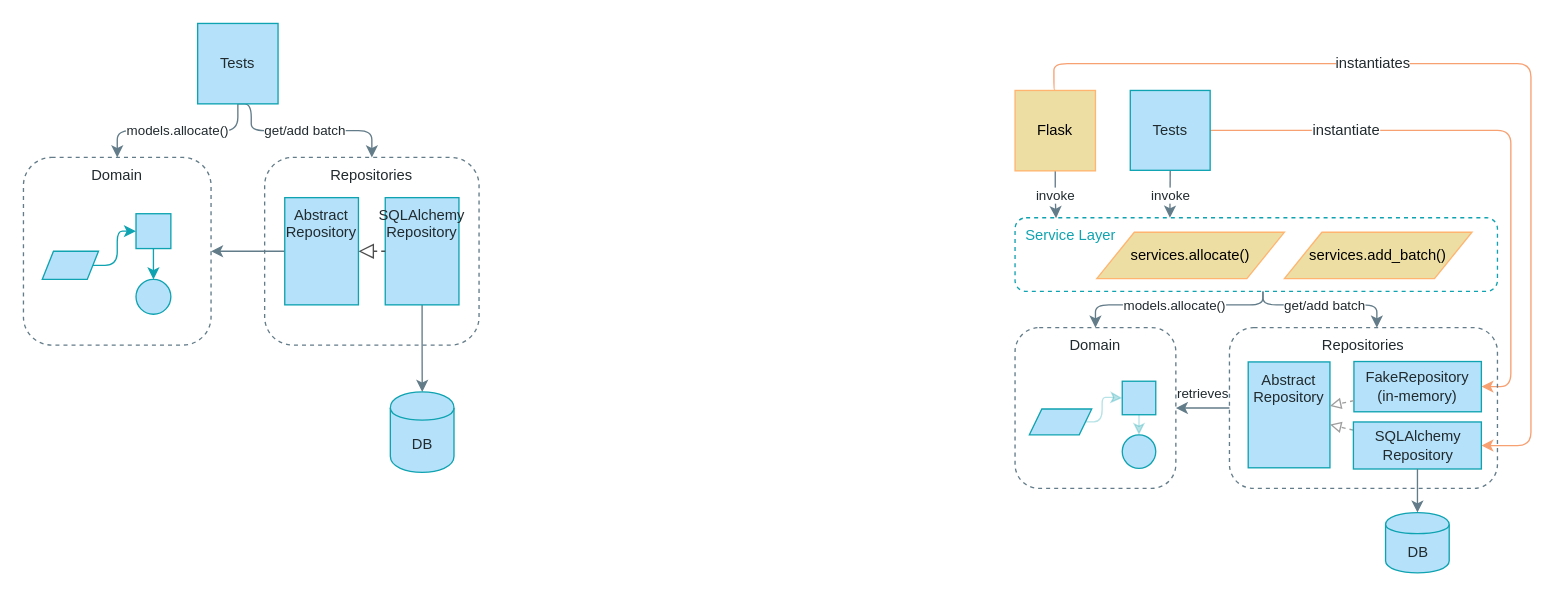
Above: page "Chapter 4" (3 of 11) of maps.drawio in cosmicpython/book (draw.io), before the change. Source tidied: cells renumbered, new cells numbered last; positions are measured from the earlier drawing's top-left corner, leaving out a move shared by most shapes. Both pictures are drawn from the tidied source at 134%, with x=0, y=0 at pixel (23, 23).
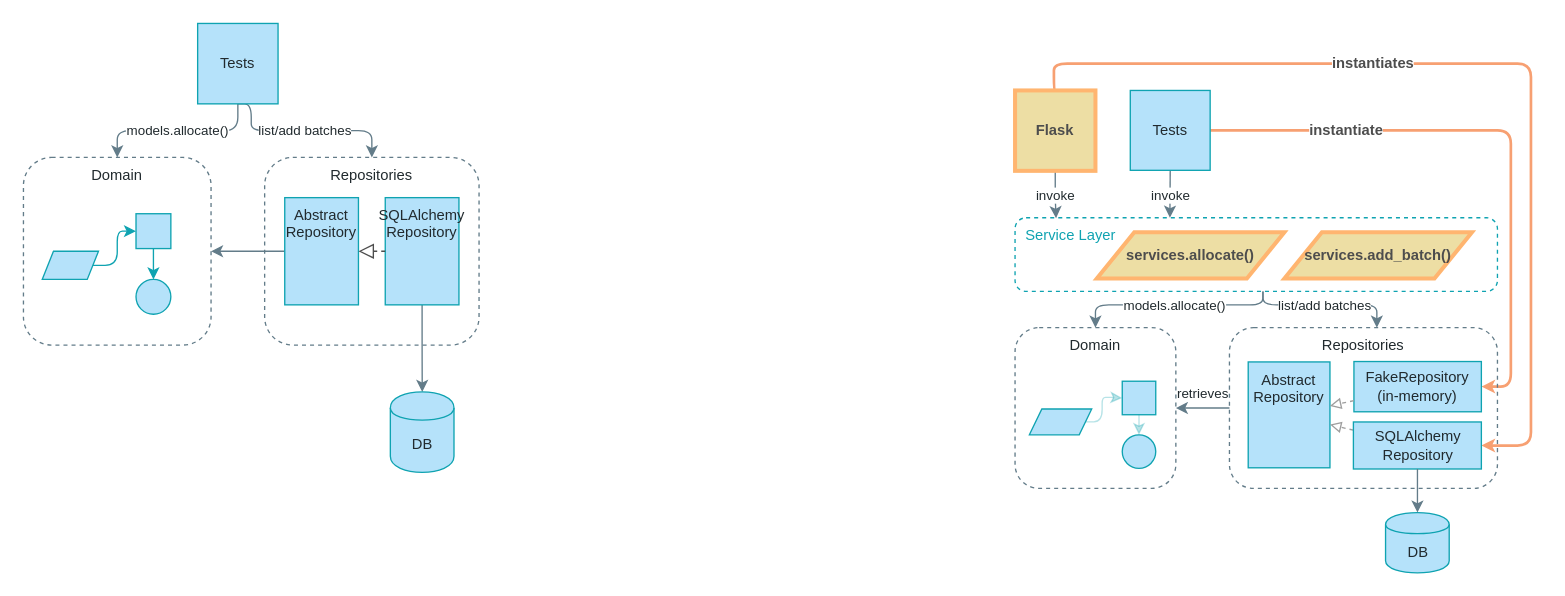
The same diagram, later.

Commit message:
bold-ify new things in 4.2

The change refers to these unchanged cells:
```xml
<mxCell id="5" value="Tests" style="whiteSpace=wrap;html=1;strokeColor=#0FA3B1;fillColor=#B5E2FA;gradientColor=none;fontFamily=Guardian Sans Cond Light;fontSize=11;fontColor=#212A2E;" parent="1" vertex="1">
  <mxGeometry x="130" width="60" height="60" as="geometry" />
</mxCell>
<mxCell id="11" value="Tests" style="whiteSpace=wrap;html=1;strokeColor=#0FA3B1;fillColor=#B5E2FA;gradientColor=none;fontFamily=Guardian Sans Cond Light;fontSize=11;fontColor=#212A2E;" parent="1" vertex="1">
  <mxGeometry x="826" y="50" width="59.6" height="59.6" as="geometry" />
</mxCell>
<mxCell id="15" value="&amp;nbsp; Service Layer" style="rounded=1;whiteSpace=wrap;html=1;fontFamily=Guardian Sans Cond Light;verticalAlign=top;fontSize=11;fontColor=#0FA3B1;fillColor=none;strokeColor=#0FA3B1;fontStyle=0;dashed=1;align=left;" parent="1" vertex="1">
  <mxGeometry x="740" y="145" width="360" height="55" as="geometry" />
</mxCell>
<mxCell id="37" value="&lt;font style=&quot;font-size: 11px;&quot; color=&quot;#212A2E&quot;&gt;Repositories&lt;/font&gt;" style="whiteSpace=wrap;html=1;strokeColor=#637C89;fillColor=none;gradientColor=none;fontFamily=Guardian Sans Cond Light;fontSize=11;fontColor=#000000;verticalAlign=top;rounded=1;dashed=1;" parent="36" vertex="1">
  <mxGeometry width="200" height="120" as="geometry" />
</mxCell>
<mxCell id="39" value="&lt;div style=&quot;font-size: 11px;&quot;&gt;FakeRepository&lt;/div&gt;&lt;div style=&quot;font-size: 11px;&quot;&gt;(in-memory)&lt;br style=&quot;font-size: 11px;&quot;&gt;&lt;/div&gt;" style="whiteSpace=wrap;html=1;strokeColor=#0FA3B1;fillColor=#B5E2FA;gradientColor=none;fontFamily=Guardian Sans Cond Light;fontSize=11;fontColor=#212A2E;verticalAlign=middle;" parent="36" vertex="1">
  <mxGeometry x="92.9" y="25.3" width="95.1" height="37.5" as="geometry" />
</mxCell>
<mxCell id="41" value="&lt;div style=&quot;font-size: 11px;&quot;&gt;&lt;font style=&quot;font-size: 11px;&quot;&gt;SQLAlchemy&lt;br style=&quot;font-size: 11px;&quot;&gt;Repository&lt;/font&gt;&lt;/div&gt;" style="whiteSpace=wrap;html=1;strokeColor=#0FA3B1;fillColor=#B5E2FA;gradientColor=none;fontFamily=Guardian Sans Cond Light;fontSize=11;fontColor=#212A2E;verticalAlign=middle;" parent="36" vertex="1">
  <mxGeometry x="92.5" y="70.4" width="95.5" height="35.1" as="geometry" />
</mxCell>
<mxCell id="44" value="&lt;font style=&quot;font-size: 11px;&quot; color=&quot;#212A2E&quot;&gt;Repositories&lt;/font&gt;" style="whiteSpace=wrap;html=1;strokeColor=#637C89;fillColor=none;gradientColor=none;fontFamily=Guardian Sans Cond Light;fontSize=11;fontColor=#000000;verticalAlign=top;rounded=1;dashed=1;" parent="1" vertex="1">
  <mxGeometry x="180" y="100" width="160" height="140" as="geometry" />
</mxCell>
```

The edit, as a diff of the source:
```diff
@@
-    <mxCell id="2" value="instantiates" style="edgeStyle=orthogonalEdgeStyle;jettySize=auto;html=1;strokeColor=#F7A072;fillColor=#f5f5f5;fontFamily=Guardian Sans Cond Light;fontSize=11;fontColor=#212A2E;exitX=0.5;exitY=0;exitDx=0;exitDy=0;" parent="1" edge="1" source="8" target="41">
+    <mxCell id="2" value="instantiates" style="edgeStyle=orthogonalEdgeStyle;jettySize=auto;html=1;strokeColor=#F7A072;fillColor=#f5f5f5;fontFamily=Guardian Sans Cond Light;fontSize=11;fontColor=#4D4D4D;exitX=0.5;exitY=0;exitDx=0;exitDy=0;comic=0;shadow=0;strokeWidth=2;fontStyle=1;endSize=4;" parent="1" edge="1" source="8" target="41">
       <mxGeometry x="-0.26" relative="1" as="geometry">
         <Array as="points">
           <mxPoint x="769" y="30" />
           <mxPoint x="1125" y="30" />
           <mxPoint x="1125" y="315" />
         </Array>
       </mxGeometry>
     </mxCell>
@@
-    <mxCell id="4" value="get/add batch" style="edgeStyle=orthogonalEdgeStyle;rounded=1;jumpStyle=arc;jettySize=auto;html=1;fontSize=10;fontColor=#212A2E;entryX=0.5;entryY=0;entryDx=0;entryDy=0;fontFamily=Guardian Sans Cond Light;strokeColor=#637C89;fillColor=#B5E2FA;exitX=0.5;exitY=1;exitDx=0;exitDy=0;" parent="1" edge="1" source="5" target="44">
+    <mxCell id="4" value="list/add batches" style="edgeStyle=orthogonalEdgeStyle;rounded=1;jumpStyle=arc;jettySize=auto;html=1;fontSize=10;fontColor=#212A2E;entryX=0.5;entryY=0;entryDx=0;entryDy=0;fontFamily=Guardian Sans Cond Light;strokeColor=#637C89;fillColor=#B5E2FA;exitX=0.5;exitY=1;exitDx=0;exitDy=0;" parent="1" edge="1" source="5" target="44">
       <mxGeometry relative="1" as="geometry">
         <Array as="points">
           <mxPoint x="170" y="80" />
           <mxPoint x="260" y="80" />
         </Array>
       </mxGeometry>
     </mxCell>
@@
-    <mxCell id="8" value="Flask" style="whiteSpace=wrap;html=1;strokeColor=#FFB570;fillColor=#EDDEA4;gradientColor=none;fontFamily=Guardian Sans Cond Light;fontSize=11;fontColor=#000000;" parent="1" vertex="1">
+    <mxCell id="8" value="Flask" style="whiteSpace=wrap;html=1;strokeColor=#FFB570;fillColor=#EDDEA4;gradientColor=none;fontFamily=Guardian Sans Cond Light;fontSize=11;fontColor=#4D4D4D;strokeWidth=3;comic=0;shadow=0;fontStyle=1;" parent="1" vertex="1">
       <mxGeometry x="740" y="50" width="60" height="60" as="geometry" />
     </mxCell>
@@
-    <mxCell id="10" value="&lt;div&gt;instantiate&lt;/div&gt;" style="edgeStyle=orthogonalEdgeStyle;jettySize=auto;html=1;strokeColor=#F7A072;fillColor=#f5f5f5;fontFamily=Guardian Sans Cond Light;fontSize=11;fontColor=#212A2E;exitX=1;exitY=0.5;exitDx=0;exitDy=0;" parent="1" edge="1" source="11" target="39">
+    <mxCell id="10" value="&lt;div&gt;instantiate&lt;/div&gt;" style="edgeStyle=orthogonalEdgeStyle;jettySize=auto;html=1;strokeColor=#F7A072;fillColor=#f5f5f5;fontFamily=Guardian Sans Cond Light;fontSize=11;fontColor=#4D4D4D;exitX=1;exitY=0.5;exitDx=0;exitDy=0;comic=0;shadow=0;strokeWidth=2;fontStyle=1;endSize=4;startSize=6;" parent="1" edge="1" source="11" target="39">
       <mxGeometry x="-0.54" relative="1" as="geometry">
         <Array as="points">
           <mxPoint x="1110" y="80" />
           <mxPoint x="1110" y="271" />
         </Array>
       </mxGeometry>
     </mxCell>
@@
-    <mxCell id="14" value="get/add batch" style="edgeStyle=orthogonalEdgeStyle;rounded=1;jumpStyle=arc;jettySize=auto;html=1;fontSize=10;fontFamily=Guardian Sans Cond Light;fontColor=#212A2E;strokeColor=#637C89;fillColor=#B5E2FA;" parent="1" edge="1" source="15" target="37">
+    <mxCell id="14" value="list/add batches" style="edgeStyle=orthogonalEdgeStyle;rounded=1;jumpStyle=arc;jettySize=auto;html=1;fontSize=10;fontFamily=Guardian Sans Cond Light;fontColor=#212A2E;strokeColor=#637C89;fillColor=#B5E2FA;" parent="1" edge="1" source="15" target="37">
       <mxGeometry relative="1" as="geometry">
         <Array as="points">
           <mxPoint x="925" y="210" />
           <mxPoint x="1010" y="210" />
         </Array>
       </mxGeometry>
     </mxCell>
@@
-    <mxCell id="16" value="services.allocate()" style="shape=parallelogram;perimeter=parallelogramPerimeter;whiteSpace=wrap;html=1;fontFamily=Guardian Sans Cond Light;fontSize=11;fontColor=#000000;align=center;strokeColor=#FFB570;fillColor=#EDDEA4;" parent="1" vertex="1">
+    <mxCell id="16" value="services.allocate()" style="shape=parallelogram;perimeter=parallelogramPerimeter;whiteSpace=wrap;html=1;fontFamily=Guardian Sans Cond Light;fontSize=11;fontColor=#4D4D4D;align=center;strokeColor=#FFB570;fillColor=#EDDEA4;strokeWidth=3;gradientColor=none;comic=0;shadow=0;fontStyle=1;" parent="1" vertex="1">
       <mxGeometry x="801" y="155.8" width="140" height="34.6" as="geometry" />
     </mxCell>
-    <mxCell id="17" value="services.add_batch()" style="shape=parallelogram;perimeter=parallelogramPerimeter;whiteSpace=wrap;html=1;fontFamily=Guardian Sans Cond Light;fontSize=11;fontColor=#000000;align=center;strokeColor=#FFB570;fillColor=#EDDEA4;" parent="1" vertex="1">
+    <mxCell id="17" value="services.add_batch()" style="shape=parallelogram;perimeter=parallelogramPerimeter;whiteSpace=wrap;html=1;fontFamily=Guardian Sans Cond Light;fontSize=11;fontColor=#4D4D4D;align=center;strokeColor=#FFB570;fillColor=#EDDEA4;strokeWidth=3;gradientColor=none;comic=0;shadow=0;fontStyle=1;" parent="1" vertex="1">
       <mxGeometry x="941" y="155.8" width="140" height="34.6" as="geometry" />
     </mxCell>
```
